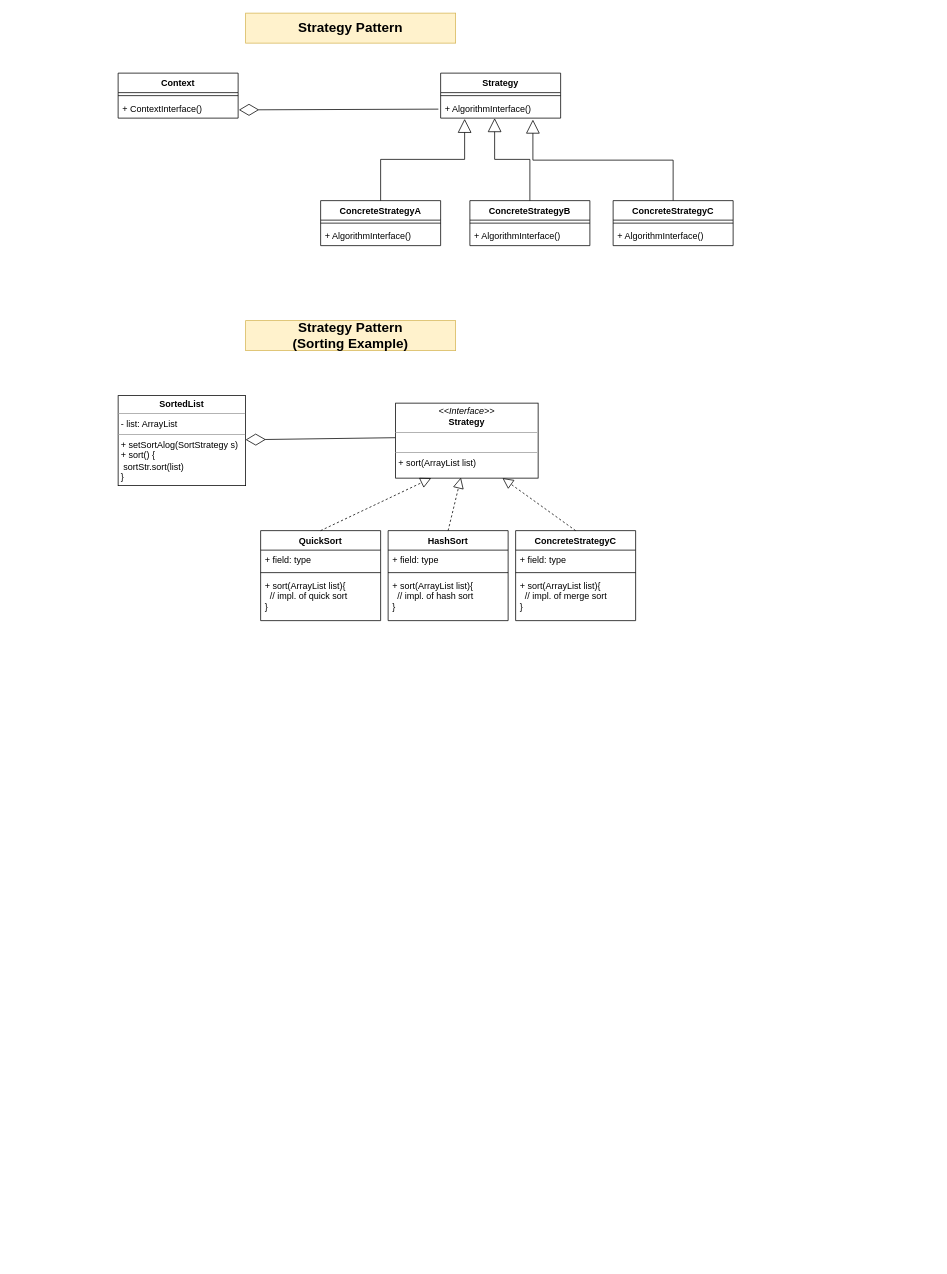
Earlier version of the draw.io diagram Design Pattern/Behavioral_Pattern/Strategy_Pattern.drawio (ballantine04/ballantine04). Source tidied: cells renumbered, new cells numbered last; positions are measured from the earlier drawing's top-left corner, leaving out a move shared by most shapes. Both pictures are drawn from the tidied source at 75%, with x=0, y=0 at pixel (118, 13).
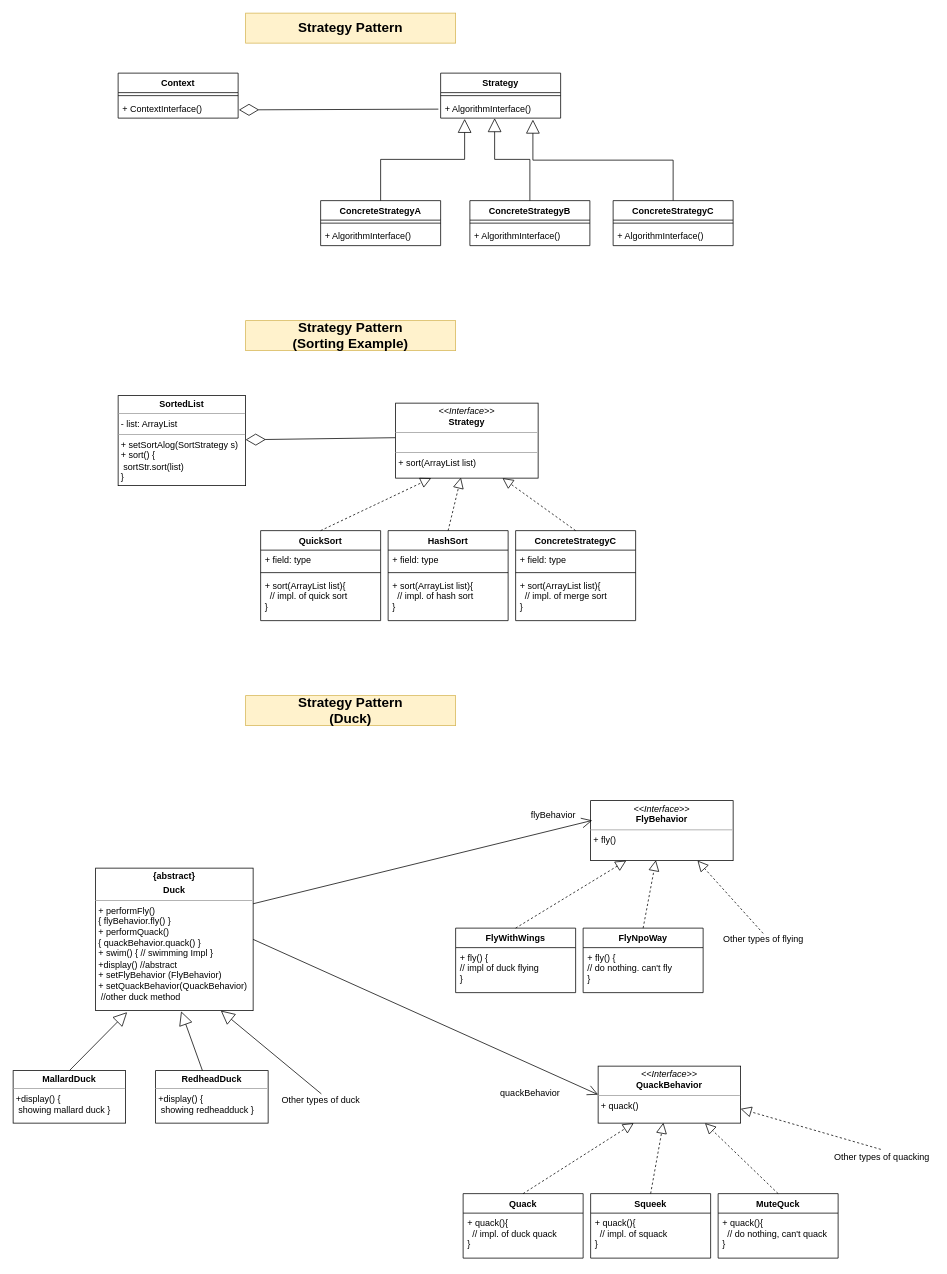
The same page after the edit.

What changed in the source:
```diff
@@
+    <mxCell id="41" value="Strategy Pattern &lt;br&gt;(Duck)" style="text;html=1;strokeColor=#d6b656;fillColor=#fff2cc;align=center;verticalAlign=middle;whiteSpace=wrap;rounded=0;fontSize=18;fontStyle=1;" parent="1" vertex="1">
+      <mxGeometry x="170" y="910" width="280" height="40" as="geometry" />
+    </mxCell>
+    <mxCell id="42" value="&lt;p style=&quot;margin: 0px ; margin-top: 4px ; text-align: center&quot;&gt;&lt;b&gt;{abstract}&lt;/b&gt;&lt;/p&gt;&lt;p style=&quot;margin: 0px ; margin-top: 4px ; text-align: center&quot;&gt;&lt;b&gt;Duck&lt;/b&gt;&lt;/p&gt;&lt;hr size=&quot;1&quot;&gt;&lt;p style=&quot;margin: 0px ; margin-left: 4px&quot;&gt;+ performFly()&lt;/p&gt;&lt;p style=&quot;margin: 0px ; margin-left: 4px&quot;&gt;{ flyBehavior.fly() }&lt;/p&gt;&lt;p style=&quot;margin: 0px ; margin-left: 4px&quot;&gt;+ performQuack()&lt;/p&gt;&lt;p style=&quot;margin: 0px ; margin-left: 4px&quot;&gt;{ quackBehavior.quack() }&lt;br&gt;&lt;/p&gt;&lt;p style=&quot;margin: 0px ; margin-left: 4px&quot;&gt;+ swim() { // swimming Impl }&lt;/p&gt;&lt;p style=&quot;margin: 0px ; margin-left: 4px&quot;&gt;+display() //abstract&lt;/p&gt;&lt;p style=&quot;margin: 0px ; margin-left: 4px&quot;&gt;+ setFlyBehavior (FlyBehavior)&lt;/p&gt;&lt;p style=&quot;margin: 0px ; margin-left: 4px&quot;&gt;+ setQuackBehavior(QuackBehavior)&lt;/p&gt;&lt;p style=&quot;margin: 0px ; margin-left: 4px&quot;&gt;&amp;nbsp;//other duck method&lt;/p&gt;" style="verticalAlign=top;align=left;overflow=fill;fontSize=12;fontFamily=Helvetica;html=1;" parent="1" vertex="1">
+      <mxGeometry x="-30" y="1140" width="210" height="190" as="geometry" />
+    </mxCell>
+    <mxCell id="43" value="&lt;p style=&quot;margin: 0px ; margin-top: 4px ; text-align: center&quot;&gt;&lt;b&gt;MallardDuck&lt;/b&gt;&lt;/p&gt;&lt;hr size=&quot;1&quot;&gt;&lt;p style=&quot;margin: 0px ; margin-left: 4px&quot;&gt;+display() {&lt;/p&gt;&lt;p style=&quot;margin: 0px ; margin-left: 4px&quot;&gt;&amp;nbsp;showing mallard duck }&lt;/p&gt;" style="verticalAlign=top;align=left;overflow=fill;fontSize=12;fontFamily=Helvetica;html=1;" parent="1" vertex="1">
+      <mxGeometry x="-140" y="1410" width="150" height="70" as="geometry" />
+    </mxCell>
+    <mxCell id="44" value="&lt;p style=&quot;margin: 0px ; margin-top: 4px ; text-align: center&quot;&gt;&lt;b&gt;RedheadDuck&lt;/b&gt;&lt;/p&gt;&lt;hr size=&quot;1&quot;&gt;&lt;p style=&quot;margin: 0px ; margin-left: 4px&quot;&gt;+display() {&lt;/p&gt;&lt;p style=&quot;margin: 0px ; margin-left: 4px&quot;&gt;&amp;nbsp;showing redheadduck }&lt;/p&gt;" style="verticalAlign=top;align=left;overflow=fill;fontSize=12;fontFamily=Helvetica;html=1;" parent="1" vertex="1">
+      <mxGeometry x="50" y="1410" width="150" height="70" as="geometry" />
+    </mxCell>
+    <mxCell id="45" style="endArrow=block;endSize=16;endFill=0;html=1;exitX=0.5;exitY=0;exitDx=0;exitDy=0;elbow=vertical;rounded=0;entryX=0.2;entryY=1.011;entryDx=0;entryDy=0;entryPerimeter=0;" parent="1" edge="1" source="43" target="42">
+      <mxGeometry relative="1" as="geometry" />
+    </mxCell>
+    <mxCell id="46" style="endArrow=block;endSize=16;endFill=0;html=1;elbow=vertical;rounded=0;entryX=0.543;entryY=1.005;entryDx=0;entryDy=0;entryPerimeter=0;" parent="1" edge="1" source="44" target="42">
+      <mxGeometry relative="1" as="geometry" />
+    </mxCell>
+    <mxCell id="47" style="endArrow=block;endSize=16;endFill=0;html=1;elbow=vertical;rounded=0;exitX=0.508;exitY=0.05;exitDx=0;exitDy=0;exitPerimeter=0;entryX=0.795;entryY=1;entryDx=0;entryDy=0;entryPerimeter=0;" parent="1" edge="1" source="48" target="42">
+      <mxGeometry relative="1" as="geometry" />
+    </mxCell>
+    <mxCell id="48" value="Other types of duck" style="text;html=1;align=center;verticalAlign=middle;points=[];strokeColor=none;" parent="1" vertex="1">
+      <mxGeometry x="210" y="1440" width="120" height="20" as="geometry" />
+    </mxCell>
+    <mxCell id="49" value="FlyWithWings" style="swimlane;fontStyle=1;align=center;verticalAlign=top;horizontal=1;startSize=26;" parent="1" vertex="1">
+      <mxGeometry x="450" y="1220" width="160" height="86" as="geometry" />
+    </mxCell>
+    <mxCell id="50" value="+ fly() {&#10;// impl of duck flying&#10;}" style="text;strokeColor=none;fillColor=none;align=left;verticalAlign=top;spacingLeft=4;spacingRight=4;overflow=hidden;" parent="49" vertex="1">
+      <mxGeometry y="26" width="160" height="60" as="geometry" />
+    </mxCell>
+    <mxCell id="51" value="FlyNpoWay" style="swimlane;fontStyle=1;align=center;verticalAlign=top;horizontal=1;startSize=26;" parent="1" vertex="1">
+      <mxGeometry x="620" y="1220" width="160" height="86" as="geometry" />
+    </mxCell>
+    <mxCell id="52" value="+ fly() {&#10;// do nothing. can't fly&#10;}" style="text;strokeColor=none;fillColor=none;align=left;verticalAlign=top;spacingLeft=4;spacingRight=4;overflow=hidden;" parent="51" vertex="1">
+      <mxGeometry y="26" width="160" height="60" as="geometry" />
+    </mxCell>
+    <mxCell id="53" value="&lt;p style=&quot;margin: 0px ; margin-top: 4px ; text-align: center&quot;&gt;&lt;i&gt;&amp;lt;&amp;lt;Interface&amp;gt;&amp;gt;&lt;/i&gt;&lt;br&gt;&lt;b&gt;FlyBehavior&lt;/b&gt;&lt;/p&gt;&lt;hr size=&quot;1&quot;&gt;&lt;p style=&quot;margin: 0px ; margin-left: 4px&quot;&gt;&lt;/p&gt;&lt;p style=&quot;margin: 0px ; margin-left: 4px&quot;&gt;+ fly()&lt;/p&gt;" style="verticalAlign=top;align=left;overflow=fill;fontSize=12;fontFamily=Helvetica;html=1;" parent="1" vertex="1">
+      <mxGeometry x="630" y="1050" width="190" height="80" as="geometry" />
+    </mxCell>
+    <mxCell id="54" style="endArrow=block;dashed=1;endFill=0;endSize=12;html=1;entryX=0.25;entryY=1;entryDx=0;entryDy=0;exitX=0.5;exitY=0;exitDx=0;exitDy=0;" parent="1" edge="1" source="49" target="53">
+      <mxGeometry relative="1" as="geometry" />
+    </mxCell>
+    <mxCell id="55" style="endArrow=block;dashed=1;endFill=0;endSize=12;html=1;entryX=0.458;entryY=0.993;entryDx=0;entryDy=0;exitX=0.5;exitY=0;exitDx=0;exitDy=0;entryPerimeter=0;" parent="1" edge="1" source="51" target="53">
+      <mxGeometry relative="1" as="geometry" />
+    </mxCell>
+    <mxCell id="56" style="endArrow=block;dashed=1;endFill=0;endSize=12;html=1;exitX=0.5;exitY=0.1;exitDx=0;exitDy=0;entryX=0.75;entryY=1;entryDx=0;entryDy=0;exitPerimeter=0;" parent="1" edge="1" source="69" target="53">
+      <mxGeometry relative="1" as="geometry" />
+    </mxCell>
+    <mxCell id="57" value="Quack" style="swimlane;fontStyle=1;align=center;verticalAlign=top;horizontal=1;startSize=26;" parent="1" vertex="1">
+      <mxGeometry x="460" y="1574" width="160" height="86" as="geometry" />
+    </mxCell>
+    <mxCell id="58" value="+ quack(){&#10;  // impl. of duck quack&#10;}" style="text;strokeColor=none;fillColor=none;align=left;verticalAlign=top;spacingLeft=4;spacingRight=4;overflow=hidden;" parent="57" vertex="1">
+      <mxGeometry y="26" width="160" height="60" as="geometry" />
+    </mxCell>
+    <mxCell id="59" value="Squeek" style="swimlane;fontStyle=1;align=center;verticalAlign=top;horizontal=1;startSize=26;" parent="1" vertex="1">
+      <mxGeometry x="630" y="1574" width="160" height="86" as="geometry" />
+    </mxCell>
+    <mxCell id="60" value="+ quack(){&#10;  // impl. of squack&#10;}" style="text;strokeColor=none;fillColor=none;align=left;verticalAlign=top;spacingLeft=4;spacingRight=4;overflow=hidden;" parent="59" vertex="1">
+      <mxGeometry y="26" width="160" height="60" as="geometry" />
+    </mxCell>
+    <mxCell id="61" value="MuteQuck" style="swimlane;fontStyle=1;align=center;verticalAlign=top;horizontal=1;startSize=26;" parent="1" vertex="1">
+      <mxGeometry x="800" y="1574" width="160" height="86" as="geometry" />
+    </mxCell>
+    <mxCell id="62" value="+ quack(){&#10;  // do nothing, can't quack&#10;}" style="text;strokeColor=none;fillColor=none;align=left;verticalAlign=top;spacingLeft=4;spacingRight=4;overflow=hidden;" parent="61" vertex="1">
+      <mxGeometry y="26" width="160" height="60" as="geometry" />
+    </mxCell>
+    <mxCell id="63" value="&lt;p style=&quot;margin: 0px ; margin-top: 4px ; text-align: center&quot;&gt;&lt;i&gt;&amp;lt;&amp;lt;Interface&amp;gt;&amp;gt;&lt;/i&gt;&lt;br&gt;&lt;b&gt;QuackBehavior&lt;/b&gt;&lt;/p&gt;&lt;hr size=&quot;1&quot;&gt;&lt;p style=&quot;margin: 0px ; margin-left: 4px&quot;&gt;&lt;span&gt;+ quack()&lt;/span&gt;&lt;/p&gt;" style="verticalAlign=top;align=left;overflow=fill;fontSize=12;fontFamily=Helvetica;html=1;" parent="1" vertex="1">
+      <mxGeometry x="640" y="1404" width="190" height="76" as="geometry" />
+    </mxCell>
+    <mxCell id="64" style="endArrow=block;dashed=1;endFill=0;endSize=12;html=1;entryX=0.25;entryY=1;entryDx=0;entryDy=0;exitX=0.5;exitY=0;exitDx=0;exitDy=0;" parent="1" edge="1" source="57" target="63">
+      <mxGeometry relative="1" as="geometry" />
+    </mxCell>
+    <mxCell id="65" style="endArrow=block;dashed=1;endFill=0;endSize=12;html=1;entryX=0.458;entryY=0.993;entryDx=0;entryDy=0;exitX=0.5;exitY=0;exitDx=0;exitDy=0;entryPerimeter=0;" parent="1" edge="1" source="59" target="63">
+      <mxGeometry relative="1" as="geometry" />
+    </mxCell>
+    <mxCell id="66" style="endArrow=block;dashed=1;endFill=0;endSize=12;html=1;exitX=0.5;exitY=0;exitDx=0;exitDy=0;entryX=0.75;entryY=1;entryDx=0;entryDy=0;" parent="1" edge="1" source="61" target="63">
+      <mxGeometry relative="1" as="geometry" />
+    </mxCell>
+    <mxCell id="67" style="endArrow=open;endFill=1;endSize=12;html=1;exitX=1;exitY=0.25;exitDx=0;exitDy=0;entryX=0.011;entryY=0.33;entryDx=0;entryDy=0;entryPerimeter=0;" parent="1" edge="1" source="42" target="53">
+      <mxGeometry relative="1" as="geometry" />
+    </mxCell>
+    <mxCell id="68" value="flyBehavior" style="text;html=1;align=center;verticalAlign=middle;strokeColor=none;" parent="1" vertex="1">
+      <mxGeometry x="545" y="1060" width="70" height="20" as="geometry" />
+    </mxCell>
+    <mxCell id="69" value="Other types of flying" style="text;html=1;align=center;verticalAlign=middle;points=[];strokeColor=none;" parent="1" vertex="1">
+      <mxGeometry x="800" y="1225" width="120" height="20" as="geometry" />
+    </mxCell>
+    <mxCell id="70" style="endArrow=open;endFill=1;endSize=12;html=1;exitX=1;exitY=0.5;exitDx=0;exitDy=0;entryX=0;entryY=0.5;entryDx=0;entryDy=0;" parent="1" edge="1" source="42" target="63">
+      <mxGeometry relative="1" as="geometry" />
+    </mxCell>
+    <mxCell id="71" value="quackBehavior" style="text;html=1;align=center;verticalAlign=middle;strokeColor=none;" parent="1" vertex="1">
+      <mxGeometry x="504" y="1430" width="90" height="20" as="geometry" />
+    </mxCell>
+    <mxCell id="72" style="endArrow=block;dashed=1;endFill=0;endSize=12;html=1;entryX=1;entryY=0.75;entryDx=0;entryDy=0;exitX=0.496;exitY=0;exitDx=0;exitDy=0;exitPerimeter=0;" parent="1" edge="1" source="73" target="63">
+      <mxGeometry relative="1" as="geometry" />
+    </mxCell>
+    <mxCell id="73" value="Other types of quacking" style="text;html=1;align=center;verticalAlign=middle;points=[];strokeColor=none;" parent="1" vertex="1">
+      <mxGeometry x="947.5" y="1515" width="140" height="20" as="geometry" />
+    </mxCell>
```
